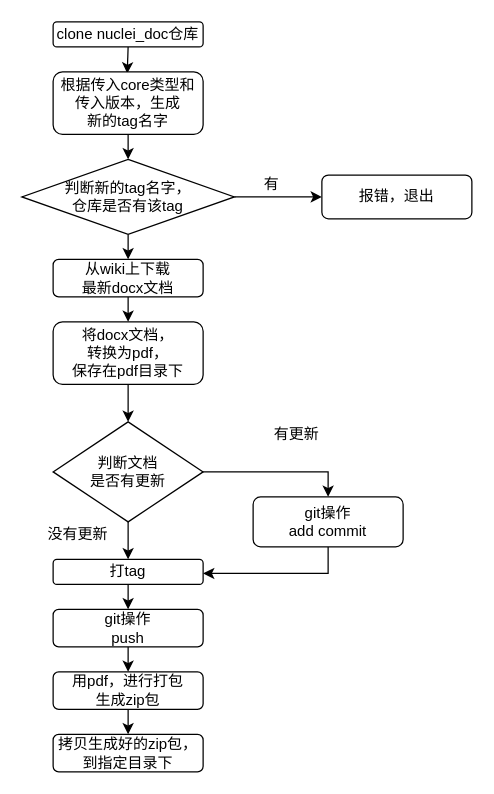
The draw.io diagram source/asserts/drawio/flow.drawio in Nuclei-Software/nuclei-tool-guide, before the edit. Source tidied: cells renumbered, new cells numbered last; positions are measured from the earlier drawing's top-left corner, leaving out a move shared by most shapes. Both pictures are drawn from the tidied source at 125%, with x=0, y=0 at pixel (21, 21).
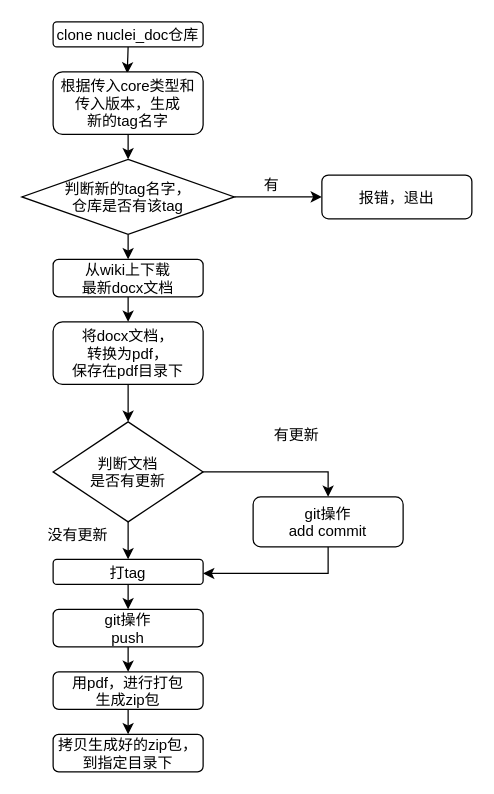
After the change.

What changed in the source:
```diff
@@
-    <mxCell id="2" style="edgeStyle=orthogonalEdgeStyle;rounded=0;jettySize=auto;html=1;exitX=0.5;exitY=1;exitDx=0;exitDy=0;entryX=0.5;entryY=0;entryDx=0;entryDy=0;" parent="1" edge="1" source="4" target="24">
+    <mxCell id="2" style="edgeStyle=orthogonalEdgeStyle;rounded=0;jettySize=auto;exitX=0.5;exitY=1;exitDx=0;exitDy=0;entryX=0.5;entryY=0;entryDx=0;entryDy=0;" parent="1" edge="1" source="4" target="24">
       <mxGeometry relative="1" as="geometry" />
     </mxCell>
-    <mxCell id="3" style="edgeStyle=orthogonalEdgeStyle;rounded=0;jettySize=auto;html=1;exitX=1;exitY=0.5;exitDx=0;exitDy=0;entryX=0.5;entryY=0;entryDx=0;entryDy=0;" parent="1" edge="1" source="4" target="15">
+    <mxCell id="3" style="edgeStyle=orthogonalEdgeStyle;rounded=0;jettySize=auto;exitX=1;exitY=0.5;exitDx=0;exitDy=0;entryX=0.5;entryY=0;entryDx=0;entryDy=0;" parent="1" edge="1" source="4" target="15">
       <mxGeometry relative="1" as="geometry" />
     </mxCell>
-    <mxCell id="4" value="判断文档&lt;br&gt;是否有更新" style="rhombus;whiteSpace=wrap;html=1;" parent="1" vertex="1">
+    <mxCell id="4" value="判断文档&#10;是否有更新" style="rhombus;" parent="1" vertex="1">
       <mxGeometry x="25" y="320" width="120" height="80" as="geometry" />
     </mxCell>
-    <mxCell id="5" style="edgeStyle=orthogonalEdgeStyle;rounded=0;jettySize=auto;html=1;exitX=0.5;exitY=1;exitDx=0;exitDy=0;entryX=0.5;entryY=0;entryDx=0;entryDy=0;" parent="1" edge="1" source="6" target="26">
+    <mxCell id="5" style="edgeStyle=orthogonalEdgeStyle;rounded=0;jettySize=auto;exitX=0.5;exitY=1;exitDx=0;exitDy=0;entryX=0.5;entryY=0;entryDx=0;entryDy=0;" parent="1" edge="1" source="6" target="26">
       <mxGeometry relative="1" as="geometry" />
     </mxCell>
-    <mxCell id="6" value="用pdf，进行打包&lt;br&gt;生成zip包" style="rounded=1;whiteSpace=wrap;html=1;" parent="1" vertex="1">
+    <mxCell id="6" value="用pdf，进行打包&#10;生成zip包" style="rounded=1;" parent="1" vertex="1">
       <mxGeometry x="25" y="520" width="120" height="30" as="geometry" />
     </mxCell>
-    <mxCell id="7" value="没有更新" style="text;html=1;strokeColor=none;fillColor=none;align=center;verticalAlign=middle;whiteSpace=wrap;rounded=0;" parent="1" vertex="1">
+    <mxCell id="7" value="没有更新" style="text;strokeColor=none;fillColor=none;align=center;verticalAlign=middle;rounded=0;" parent="1" vertex="1">
       <mxGeometry x="10" y="400" width="70" height="20" as="geometry" />
     </mxCell>
-    <mxCell id="8" style="edgeStyle=orthogonalEdgeStyle;rounded=0;jettySize=auto;html=1;exitX=0.5;exitY=1;exitDx=0;exitDy=0;entryX=0.494;entryY=0.025;entryDx=0;entryDy=0;entryPerimeter=0;" parent="1" edge="1" source="9" target="20">
+    <mxCell id="8" style="edgeStyle=orthogonalEdgeStyle;rounded=0;jettySize=auto;exitX=0.5;exitY=1;exitDx=0;exitDy=0;entryX=0.494;entryY=0.025;entryDx=0;entryDy=0;entryPerimeter=0;" parent="1" edge="1" source="9" target="20">
       <mxGeometry relative="1" as="geometry" />
     </mxCell>
-    <mxCell id="9" value="clone nuclei_doc仓库" style="rounded=1;whiteSpace=wrap;html=1;" parent="1" vertex="1">
+    <mxCell id="9" value="clone nuclei_doc仓库" style="rounded=1;" parent="1" vertex="1">
       <mxGeometry x="25" width="120" height="20" as="geometry" />
     </mxCell>
-    <mxCell id="10" style="edgeStyle=orthogonalEdgeStyle;rounded=0;jettySize=auto;html=1;exitX=0.5;exitY=1;exitDx=0;exitDy=0;entryX=0.5;entryY=0;entryDx=0;entryDy=0;" parent="1" edge="1" source="11" target="13">
+    <mxCell id="10" style="edgeStyle=orthogonalEdgeStyle;rounded=0;jettySize=auto;exitX=0.5;exitY=1;exitDx=0;exitDy=0;entryX=0.5;entryY=0;entryDx=0;entryDy=0;" parent="1" edge="1" source="11" target="13">
       <mxGeometry relative="1" as="geometry" />
     </mxCell>
-    <mxCell id="11" value="从wiki上下载&lt;br&gt;最新docx文档" style="rounded=1;whiteSpace=wrap;html=1;" parent="1" vertex="1">
+    <mxCell id="11" value="从wiki上下载&#10;最新docx文档" style="rounded=1;" parent="1" vertex="1">
       <mxGeometry x="25" y="190" width="120" height="30" as="geometry" />
     </mxCell>
-    <mxCell id="12" style="edgeStyle=orthogonalEdgeStyle;rounded=0;jettySize=auto;html=1;exitX=0.5;exitY=1;exitDx=0;exitDy=0;entryX=0.5;entryY=0;entryDx=0;entryDy=0;" parent="1" edge="1" source="13" target="4">
+    <mxCell id="12" style="edgeStyle=orthogonalEdgeStyle;rounded=0;jettySize=auto;exitX=0.5;exitY=1;exitDx=0;exitDy=0;entryX=0.5;entryY=0;entryDx=0;entryDy=0;" parent="1" edge="1" source="13" target="4">
       <mxGeometry relative="1" as="geometry" />
     </mxCell>
-    <mxCell id="13" value="将docx文档，&lt;br&gt;转换为pdf，&lt;br&gt;保存在pdf目录下" style="rounded=1;whiteSpace=wrap;html=1;" parent="1" vertex="1">
+    <mxCell id="13" value="将docx文档，&#10;转换为pdf，&#10;保存在pdf目录下" style="rounded=1;" parent="1" vertex="1">
       <mxGeometry x="25" y="240" width="120" height="50" as="geometry" />
     </mxCell>
-    <mxCell id="14" style="edgeStyle=orthogonalEdgeStyle;rounded=0;jettySize=auto;html=1;exitX=0.5;exitY=1;exitDx=0;exitDy=0;entryX=1;entryY=0.561;entryDx=0;entryDy=0;entryPerimeter=0;" parent="1" edge="1" source="15" target="24">
+    <mxCell id="14" style="edgeStyle=orthogonalEdgeStyle;rounded=0;jettySize=auto;exitX=0.5;exitY=1;exitDx=0;exitDy=0;entryX=1;entryY=0.561;entryDx=0;entryDy=0;entryPerimeter=0;" parent="1" edge="1" source="15" target="24">
       <mxGeometry relative="1" as="geometry" />
     </mxCell>
-    <mxCell id="15" value="git操作&lt;br&gt;add commit" style="rounded=1;whiteSpace=wrap;html=1;" parent="1" vertex="1">
+    <mxCell id="15" value="git操作&#10;add commit" style="rounded=1;" parent="1" vertex="1">
       <mxGeometry x="185" y="380" width="120" height="40" as="geometry" />
     </mxCell>
-    <mxCell id="16" style="edgeStyle=orthogonalEdgeStyle;rounded=0;jettySize=auto;html=1;exitX=1;exitY=0.5;exitDx=0;exitDy=0;entryX=0;entryY=0.5;entryDx=0;entryDy=0;" parent="1" edge="1" source="18" target="21">
+    <mxCell id="16" style="edgeStyle=orthogonalEdgeStyle;rounded=0;jettySize=auto;exitX=1;exitY=0.5;exitDx=0;exitDy=0;entryX=0;entryY=0.5;entryDx=0;entryDy=0;" parent="1" edge="1" source="18" target="21">
       <mxGeometry relative="1" as="geometry" />
     </mxCell>
-    <mxCell id="17" style="edgeStyle=orthogonalEdgeStyle;rounded=0;jettySize=auto;html=1;exitX=0.5;exitY=1;exitDx=0;exitDy=0;entryX=0.5;entryY=0;entryDx=0;entryDy=0;" parent="1" edge="1" source="18" target="11">
+    <mxCell id="17" style="edgeStyle=orthogonalEdgeStyle;rounded=0;jettySize=auto;exitX=0.5;exitY=1;exitDx=0;exitDy=0;entryX=0.5;entryY=0;entryDx=0;entryDy=0;" parent="1" edge="1" source="18" target="11">
       <mxGeometry relative="1" as="geometry" />
     </mxCell>
-    <mxCell id="18" value="判断新的tag名字，&lt;br&gt;仓库是否有该tag" style="rhombus;whiteSpace=wrap;html=1;" parent="1" vertex="1">
+    <mxCell id="18" value="判断新的tag名字，&#10;仓库是否有该tag" style="rhombus;" parent="1" vertex="1">
       <mxGeometry y="110" width="170" height="60" as="geometry" />
     </mxCell>
-    <mxCell id="19" style="edgeStyle=orthogonalEdgeStyle;rounded=0;jettySize=auto;html=1;exitX=0.5;exitY=1;exitDx=0;exitDy=0;entryX=0.5;entryY=0;entryDx=0;entryDy=0;" parent="1" edge="1" source="20" target="18">
+    <mxCell id="19" style="edgeStyle=orthogonalEdgeStyle;rounded=0;jettySize=auto;exitX=0.5;exitY=1;exitDx=0;exitDy=0;entryX=0.5;entryY=0;entryDx=0;entryDy=0;" parent="1" edge="1" source="20" target="18">
       <mxGeometry relative="1" as="geometry" />
     </mxCell>
-    <mxCell id="20" value="根据传入core类型和&lt;br&gt;传入版本，生成&lt;br&gt;新的tag名字" style="rounded=1;whiteSpace=wrap;html=1;" parent="1" vertex="1">
+    <mxCell id="20" value="根据传入core类型和&#10;传入版本，生成&#10;新的tag名字" style="rounded=1;" parent="1" vertex="1">
       <mxGeometry x="25" y="40" width="120" height="50" as="geometry" />
     </mxCell>
-    <mxCell id="21" value="报错，退出" style="rounded=1;whiteSpace=wrap;html=1;" parent="1" vertex="1">
+    <mxCell id="21" value="报错，退出" style="rounded=1;" parent="1" vertex="1">
       <mxGeometry x="240" y="122.5" width="120" height="35" as="geometry" />
     </mxCell>
-    <mxCell id="22" value="有" style="text;html=1;strokeColor=none;fillColor=none;align=center;verticalAlign=middle;whiteSpace=wrap;rounded=0;" parent="1" vertex="1">
+    <mxCell id="22" value="有" style="text;strokeColor=none;fillColor=none;align=center;verticalAlign=middle;rounded=0;" parent="1" vertex="1">
       <mxGeometry x="180" y="120" width="40" height="20" as="geometry" />
     </mxCell>
-    <mxCell id="23" style="edgeStyle=orthogonalEdgeStyle;rounded=0;jettySize=auto;html=1;exitX=0.5;exitY=1;exitDx=0;exitDy=0;entryX=0.5;entryY=0;entryDx=0;entryDy=0;" parent="1" edge="1" source="24" target="28">
+    <mxCell id="23" style="edgeStyle=orthogonalEdgeStyle;rounded=0;jettySize=auto;exitX=0.5;exitY=1;exitDx=0;exitDy=0;entryX=0.5;entryY=0;entryDx=0;entryDy=0;" parent="1" edge="1" source="24" target="28">
       <mxGeometry relative="1" as="geometry" />
     </mxCell>
-    <mxCell id="24" value="打tag" style="rounded=1;whiteSpace=wrap;html=1;" parent="1" vertex="1">
+    <mxCell id="24" value="打tag" style="rounded=1;" parent="1" vertex="1">
       <mxGeometry x="25" y="430" width="120" height="20" as="geometry" />
     </mxCell>
-    <mxCell id="25" value="有更新" style="text;html=1;strokeColor=none;fillColor=none;align=center;verticalAlign=middle;whiteSpace=wrap;rounded=0;" parent="1" vertex="1">
+    <mxCell id="25" value="有更新" style="text;strokeColor=none;fillColor=none;align=center;verticalAlign=middle;rounded=0;" parent="1" vertex="1">
       <mxGeometry x="185" y="320" width="70" height="20" as="geometry" />
     </mxCell>
-    <mxCell id="26" value="拷贝生成好的zip包，&lt;br&gt;到指定目录下" style="rounded=1;whiteSpace=wrap;html=1;" parent="1" vertex="1">
+    <mxCell id="26" value="拷贝生成好的zip包，&#10;到指定目录下" style="rounded=1;" parent="1" vertex="1">
       <mxGeometry x="25" y="570" width="120" height="30" as="geometry" />
     </mxCell>
-    <mxCell id="27" style="edgeStyle=orthogonalEdgeStyle;rounded=0;jettySize=auto;html=1;exitX=0.5;exitY=1;exitDx=0;exitDy=0;entryX=0.5;entryY=0;entryDx=0;entryDy=0;" parent="1" edge="1" source="28" target="6">
+    <mxCell id="27" style="edgeStyle=orthogonalEdgeStyle;rounded=0;jettySize=auto;exitX=0.5;exitY=1;exitDx=0;exitDy=0;entryX=0.5;entryY=0;entryDx=0;entryDy=0;" parent="1" edge="1" source="28" target="6">
       <mxGeometry relative="1" as="geometry" />
     </mxCell>
-    <mxCell id="28" value="git操作&lt;br&gt;push" style="rounded=1;whiteSpace=wrap;html=1;" parent="1" vertex="1">
+    <mxCell id="28" value="git操作&#10;push" style="rounded=1;" parent="1" vertex="1">
       <mxGeometry x="25" y="470" width="120" height="30" as="geometry" />
     </mxCell>
```
